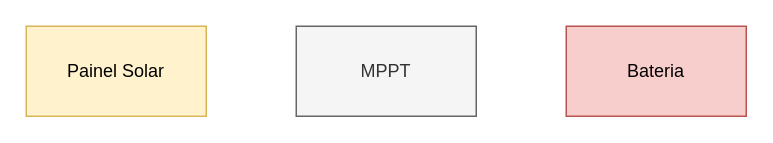
polinautico/RTD-Floki keeps this draw.io diagram as docs/source/diagramas/esquematico_painel_solar.drawio. Above is the earlier version. Source tidied: cells renumbered, new cells numbered last; positions are measured from the earlier drawing's top-left corner, leaving out a move shared by most shapes. Both pictures are drawn from the tidied source at 150%, with x=0, y=0 at pixel (26, 26).
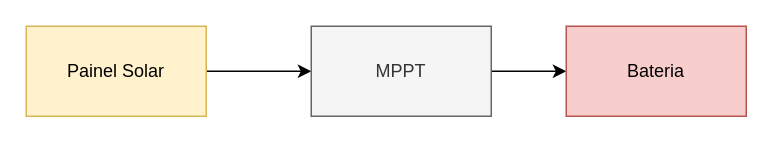
Above is the later version.

The edit, as a diff of the source:
```diff
@@
 <mxGraphModel>
   <root>
     <mxCell id="0" />
     <mxCell id="1" parent="0" />
+    <mxCell id="5" style="edgeStyle=orthogonalEdgeStyle;rounded=0;jettySize=auto;html=1;entryX=0;entryY=0.5;entryDx=0;entryDy=0;" parent="1" edge="1" source="2" target="3">
+      <mxGeometry relative="1" as="geometry" />
+    </mxCell>
     <mxCell id="2" value="Painel Solar" style="rounded=0;whiteSpace=wrap;html=1;fillColor=#fff2cc;strokeColor=#d6b656;" parent="1" vertex="1">
       <mxGeometry width="120" height="60" as="geometry" />
     </mxCell>
+    <mxCell id="6" style="edgeStyle=orthogonalEdgeStyle;rounded=0;jettySize=auto;html=1;entryX=0;entryY=0.5;entryDx=0;entryDy=0;" parent="1" edge="1" source="3" target="4">
+      <mxGeometry relative="1" as="geometry" />
+    </mxCell>
     <mxCell id="3" value="MPPT" style="rounded=0;whiteSpace=wrap;html=1;fillColor=#f5f5f5;fontColor=#333333;strokeColor=#666666;" parent="1" vertex="1">
-      <mxGeometry x="180" width="120" height="60" as="geometry" />
+      <mxGeometry x="190" width="120" height="60" as="geometry" />
     </mxCell>
     <mxCell id="4" value="Bateria" style="rounded=0;whiteSpace=wrap;html=1;fillColor=#f8cecc;strokeColor=#b85450;" parent="1" vertex="1">
       <mxGeometry x="360" width="120" height="60" as="geometry" />
     </mxCell>
   </root>
 </mxGraphModel>
```
